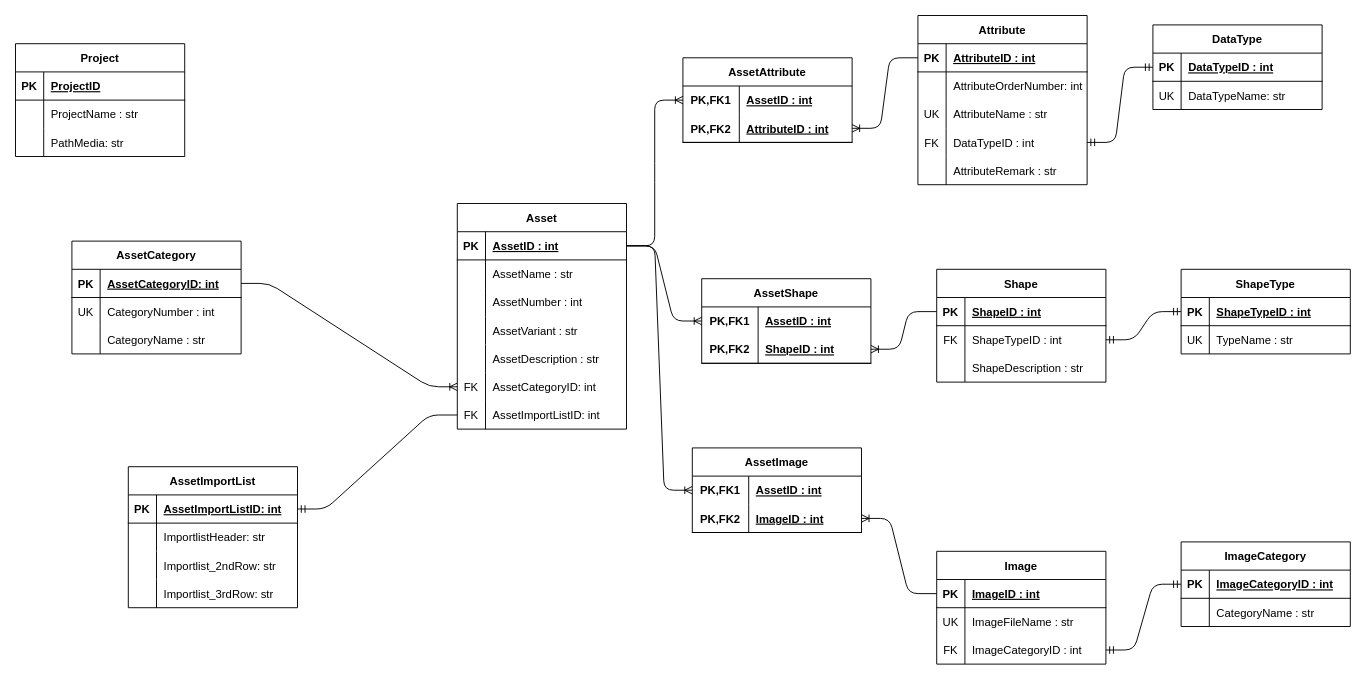
The draw.io diagram design/database_upwork.drawio in 2uanDM/Upwork-Assets-Dashboard, before the edit. Source tidied: cells renumbered, new cells numbered last; positions are measured from the earlier drawing's top-left corner, leaving out a move shared by most shapes. Both pictures are drawn from the tidied source at 94%, with x=0, y=0 at pixel (15, 15).
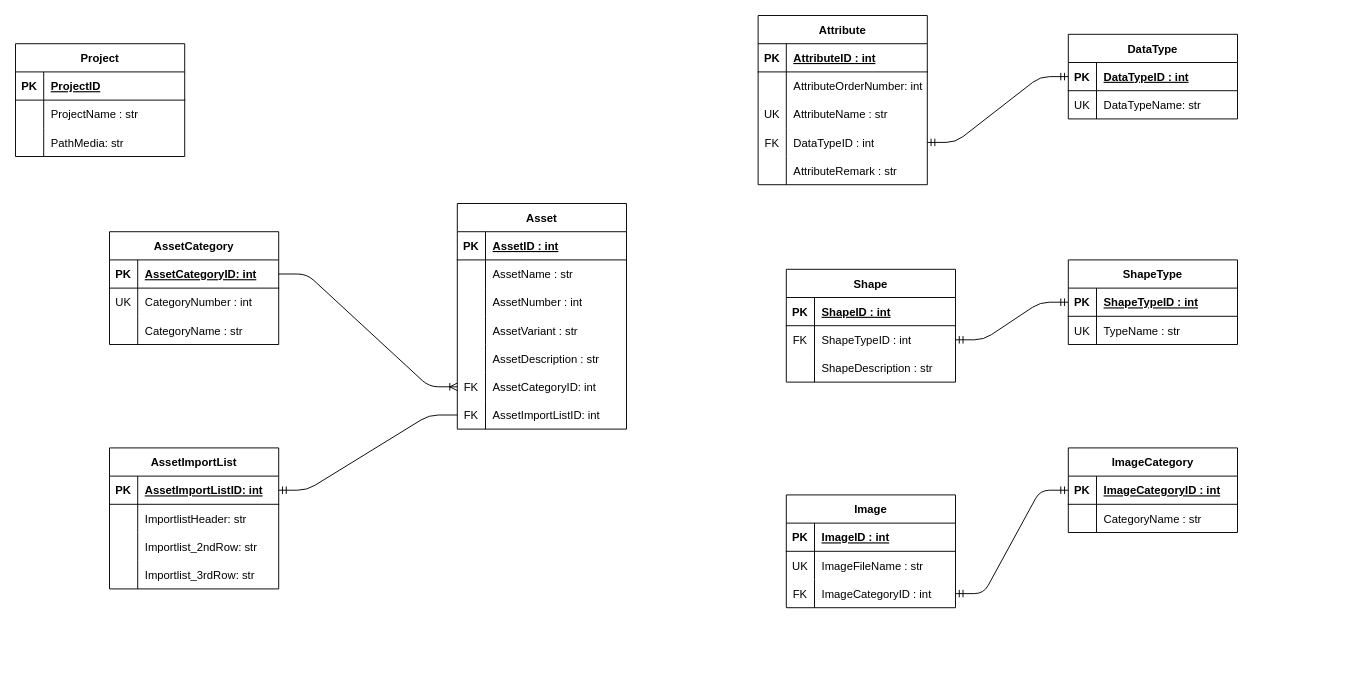
After the change.

The change refers to these unchanged cells:
```xml
<mxCell id="3" style="shape=tableRow;horizontal=0;startSize=0;swimlaneHead=0;swimlaneBody=0;fillColor=none;points=[[0,0.5],[1,0.5]];portConstraint=eastwest;top=0;left=0;right=0;bottom=1;" parent="2" vertex="1">
  <mxGeometry y="30" width="180" height="30" as="geometry" />
</mxCell>
<mxCell id="25" style="shape=tableRow;horizontal=0;startSize=0;swimlaneHead=0;swimlaneBody=0;fillColor=none;points=[[0,0.5],[1,0.5]];portConstraint=eastwest;top=0;left=0;right=0;bottom=1;" parent="24" vertex="1">
  <mxGeometry y="30" width="180" height="30" as="geometry" />
</mxCell>
<mxCell id="51" style="shape=tableRow;horizontal=0;startSize=0;swimlaneHead=0;swimlaneBody=0;fillColor=none;points=[[0,0.5],[1,0.5]];portConstraint=eastwest;top=0;left=0;right=0;bottom=1;" parent="50" vertex="1">
  <mxGeometry y="30" width="180" height="30" as="geometry" />
</mxCell>
<mxCell id="85" style="shape=tableRow;horizontal=0;startSize=0;swimlaneHead=0;swimlaneBody=0;fillColor=none;points=[[0,0.5],[1,0.5]];portConstraint=eastwest;top=0;left=0;right=0;bottom=1;" parent="84" vertex="1">
  <mxGeometry y="30" width="180" height="30" as="geometry" />
</mxCell>
```

Change to the diagram source:
```diff
@@
     <mxCell id="24" value="Attribute" style="shape=table;startSize=30;childLayout=tableLayout;rowLines=0;fontStyle=1;align=center;" parent="1" vertex="1">
-      <mxGeometry x="960" width="180" height="180" as="geometry" />
+      <mxGeometry x="790" width="180" height="180" as="geometry" />
     </mxCell>
@@
     <mxCell id="40" value="DataType" style="shape=table;startSize=30;childLayout=tableLayout;rowLines=0;fontStyle=1;align=center;" parent="1" vertex="1">
-      <mxGeometry x="1210" y="10" width="180" height="90" as="geometry" />
+      <mxGeometry x="1120" y="20" width="180" height="90" as="geometry" />
     </mxCell>
@@
-    <mxCell id="48" style="edgeStyle=entityRelationEdgeStyle;fontSize=12;html=1;endArrow=ERoneToMany;exitX=0;exitY=0.5;exitDx=0;exitDy=0;entryX=1;entryY=0.5;entryDx=0;entryDy=0;" parent="1" edge="1" source="25" target="79">
-      <mxGeometry relative="1" as="geometry" />
-    </mxCell>
-    <mxCell id="49" style="edgeStyle=entityRelationEdgeStyle;fontSize=12;html=1;endArrow=ERoneToMany;entryX=0;entryY=0.5;entryDx=0;entryDy=0;" parent="1" edge="1" source="3" target="76">
-      <mxGeometry relative="1" as="geometry" />
-    </mxCell>
     <mxCell id="50" value="Shape" style="shape=table;startSize=30;childLayout=tableLayout;rowLines=0;fontStyle=1;align=center;" parent="1" vertex="1">
-      <mxGeometry x="980" y="270" width="180" height="120" as="geometry" />
+      <mxGeometry x="820" y="270" width="180" height="120" as="geometry" />
     </mxCell>
@@
     <mxCell id="60" value="ShapeType" style="shape=table;startSize=30;childLayout=tableLayout;rowLines=0;fontStyle=1;align=center;" parent="1" vertex="1">
-      <mxGeometry x="1240" y="270" width="180" height="90" as="geometry" />
+      <mxGeometry x="1120" y="260" width="180" height="90" as="geometry" />
     </mxCell>
@@
-    <mxCell id="68" value="AssetShape" style="shape=table;startSize=30;childLayout=tableLayout;rowLines=0;fontStyle=1;align=center;" parent="1" vertex="1">
-      <mxGeometry x="730" y="280" width="180" height="90" as="geometry" />
-    </mxCell>
-    <mxCell id="69" style="shape=tableRow;horizontal=0;startSize=0;swimlaneHead=0;swimlaneBody=0;fillColor=none;points=[[0,0.5],[1,0.5]];portConstraint=eastwest;top=0;left=0;right=0;bottom=0;" parent="68" vertex="1">
-      <mxGeometry y="30" width="180" height="30" as="geometry" />
-    </mxCell>
-    <mxCell id="70" value="PK,FK1" style="shape=partialRectangle;fillColor=none;top=0;left=0;bottom=0;right=0;fontStyle=1;overflow=hidden;" parent="69" vertex="1">
-      <mxGeometry width="60" height="30" as="geometry" />
-    </mxCell>
-    <mxCell id="71" value="AssetID : int" style="shape=partialRectangle;fillColor=none;top=0;left=0;bottom=0;right=0;align=left;spacingLeft=6;fontStyle=5;overflow=hidden;" parent="69" vertex="1">
-      <mxGeometry x="60" width="120" height="30" as="geometry" />
-    </mxCell>
-    <mxCell id="72" style="shape=tableRow;horizontal=0;startSize=0;swimlaneHead=0;swimlaneBody=0;fillColor=none;points=[[0,0.5],[1,0.5]];portConstraint=eastwest;top=0;left=0;right=0;bottom=1;" parent="68" vertex="1">
-      <mxGeometry y="60" width="180" height="30" as="geometry" />
-    </mxCell>
-    <mxCell id="73" value="PK,FK2" style="shape=partialRectangle;fillColor=none;top=0;left=0;bottom=0;right=0;fontStyle=1;overflow=hidden;" parent="72" vertex="1">
-      <mxGeometry width="60" height="30" as="geometry" />
-    </mxCell>
-    <mxCell id="74" value="ShapeID : int" style="shape=partialRectangle;fillColor=none;top=0;left=0;bottom=0;right=0;align=left;spacingLeft=6;fontStyle=5;overflow=hidden;" parent="72" vertex="1">
-      <mxGeometry x="60" width="120" height="30" as="geometry" />
-    </mxCell>
-    <mxCell id="75" value="AssetAttribute" style="shape=table;startSize=30;childLayout=tableLayout;rowLines=0;fontStyle=1;align=center;" parent="1" vertex="1">
-      <mxGeometry x="710" y="45" width="180" height="90" as="geometry" />
-    </mxCell>
-    <mxCell id="76" style="shape=tableRow;horizontal=0;startSize=0;swimlaneHead=0;swimlaneBody=0;fillColor=none;points=[[0,0.5],[1,0.5]];portConstraint=eastwest;top=0;left=0;right=0;bottom=0;" parent="75" vertex="1">
-      <mxGeometry y="30" width="180" height="30" as="geometry" />
-    </mxCell>
-    <mxCell id="77" value="PK,FK1" style="shape=partialRectangle;fillColor=none;top=0;left=0;bottom=0;right=0;fontStyle=1;overflow=hidden;" parent="76" vertex="1">
-      <mxGeometry width="60" height="30" as="geometry" />
-    </mxCell>
-    <mxCell id="78" value="AssetID : int" style="shape=partialRectangle;fillColor=none;top=0;left=0;bottom=0;right=0;align=left;spacingLeft=6;fontStyle=5;overflow=hidden;" parent="76" vertex="1">
-      <mxGeometry x="60" width="120" height="30" as="geometry" />
-    </mxCell>
-    <mxCell id="79" style="shape=tableRow;horizontal=0;startSize=0;swimlaneHead=0;swimlaneBody=0;fillColor=none;points=[[0,0.5],[1,0.5]];portConstraint=eastwest;top=0;left=0;right=0;bottom=1;" parent="75" vertex="1">
-      <mxGeometry y="60" width="180" height="30" as="geometry" />
-    </mxCell>
-    <mxCell id="80" value="PK,FK2" style="shape=partialRectangle;fillColor=none;top=0;left=0;bottom=0;right=0;fontStyle=1;overflow=hidden;" parent="79" vertex="1">
-      <mxGeometry width="60" height="30" as="geometry" />
-    </mxCell>
-    <mxCell id="81" value="AttributeID : int" style="shape=partialRectangle;fillColor=none;top=0;left=0;bottom=0;right=0;align=left;spacingLeft=6;fontStyle=5;overflow=hidden;" parent="79" vertex="1">
-      <mxGeometry x="60" width="120" height="30" as="geometry" />
-    </mxCell>
-    <mxCell id="82" style="edgeStyle=entityRelationEdgeStyle;fontSize=12;html=1;endArrow=ERoneToMany;exitX=1;exitY=0.5;exitDx=0;exitDy=0;" parent="1" edge="1" source="3" target="69">
-      <mxGeometry relative="1" as="geometry" />
-    </mxCell>
-    <mxCell id="83" style="edgeStyle=entityRelationEdgeStyle;fontSize=12;html=1;endArrow=ERoneToMany;exitX=0;exitY=0.5;exitDx=0;exitDy=0;entryX=1;entryY=0.5;entryDx=0;entryDy=0;" parent="1" edge="1" source="51" target="72">
-      <mxGeometry relative="1" as="geometry" />
-    </mxCell>
     <mxCell id="84" value="Image" style="shape=table;startSize=30;childLayout=tableLayout;rowLines=0;fontStyle=1;align=center;" parent="1" vertex="1">
-      <mxGeometry x="980" y="570" width="180" height="120" as="geometry" />
+      <mxGeometry x="820" y="510" width="180" height="120" as="geometry" />
     </mxCell>
@@
     <mxCell id="94" value="ImageCategory" style="shape=table;startSize=30;childLayout=tableLayout;rowLines=0;fontStyle=1;align=center;" parent="1" vertex="1">
-      <mxGeometry x="1240" y="560" width="180" height="90" as="geometry" />
+      <mxGeometry x="1120" y="460" width="180" height="90" as="geometry" />
     </mxCell>
@@
-    <mxCell id="102" value="AssetImage" style="shape=table;startSize=30;childLayout=tableLayout;rowLines=0;fontStyle=1;align=center;" parent="1" vertex="1">
-      <mxGeometry x="720" y="460" width="180" height="90" as="geometry" />
-    </mxCell>
-    <mxCell id="103" style="shape=tableRow;horizontal=0;startSize=0;swimlaneHead=0;swimlaneBody=0;fillColor=none;points=[[0,0.5],[1,0.5]];portConstraint=eastwest;top=0;left=0;right=0;bottom=0;" parent="102" vertex="1">
-      <mxGeometry y="30" width="180" height="30" as="geometry" />
-    </mxCell>
-    <mxCell id="104" value="PK,FK1" style="shape=partialRectangle;fillColor=none;top=0;left=0;bottom=0;right=0;fontStyle=1;overflow=hidden;" parent="103" vertex="1">
-      <mxGeometry width="60" height="30" as="geometry" />
-    </mxCell>
-    <mxCell id="105" value="AssetID : int" style="shape=partialRectangle;fillColor=none;top=0;left=0;bottom=0;right=0;align=left;spacingLeft=6;fontStyle=5;overflow=hidden;" parent="103" vertex="1">
-      <mxGeometry x="60" width="120" height="30" as="geometry" />
-    </mxCell>
-    <mxCell id="106" style="shape=tableRow;horizontal=0;startSize=0;swimlaneHead=0;swimlaneBody=0;fillColor=none;points=[[0,0.5],[1,0.5]];portConstraint=eastwest;top=0;left=0;right=0;bottom=1;" parent="102" vertex="1">
-      <mxGeometry y="60" width="180" height="30" as="geometry" />
-    </mxCell>
-    <mxCell id="107" value="PK,FK2" style="shape=partialRectangle;fillColor=none;top=0;left=0;bottom=0;right=0;fontStyle=1;overflow=hidden;" parent="106" vertex="1">
-      <mxGeometry width="60" height="30" as="geometry" />
-    </mxCell>
-    <mxCell id="108" value="ImageID : int" style="shape=partialRectangle;fillColor=none;top=0;left=0;bottom=0;right=0;align=left;spacingLeft=6;fontStyle=5;overflow=hidden;" parent="106" vertex="1">
-      <mxGeometry x="60" width="120" height="30" as="geometry" />
-    </mxCell>
-    <mxCell id="109" style="edgeStyle=entityRelationEdgeStyle;fontSize=12;html=1;endArrow=ERoneToMany;exitX=1;exitY=0.5;exitDx=0;exitDy=0;" parent="1" edge="1" source="3" target="103">
-      <mxGeometry relative="1" as="geometry" />
-    </mxCell>
-    <mxCell id="110" style="edgeStyle=entityRelationEdgeStyle;fontSize=12;html=1;endArrow=ERoneToMany;exitX=0;exitY=0.5;exitDx=0;exitDy=0;entryX=1;entryY=0.5;entryDx=0;entryDy=0;" parent="1" edge="1" source="85" target="106">
-      <mxGeometry relative="1" as="geometry" />
-    </mxCell>
@@
     <mxCell id="121" value="AssetCategory" style="shape=table;startSize=30;childLayout=tableLayout;rowLines=0;fontStyle=1;align=center;" parent="1" vertex="1">
-      <mxGeometry x="60" y="240" width="180" height="120" as="geometry" />
+      <mxGeometry x="100" y="230" width="180" height="120" as="geometry" />
     </mxCell>
@@
     <mxCell id="132" value="AssetImportList" style="shape=table;startSize=30;childLayout=tableLayout;rowLines=0;fontStyle=1;align=center;" parent="1" vertex="1">
-      <mxGeometry x="120" y="480" width="180" height="150" as="geometry" />
+      <mxGeometry x="100" y="460" width="180" height="150" as="geometry" />
     </mxCell>
```
